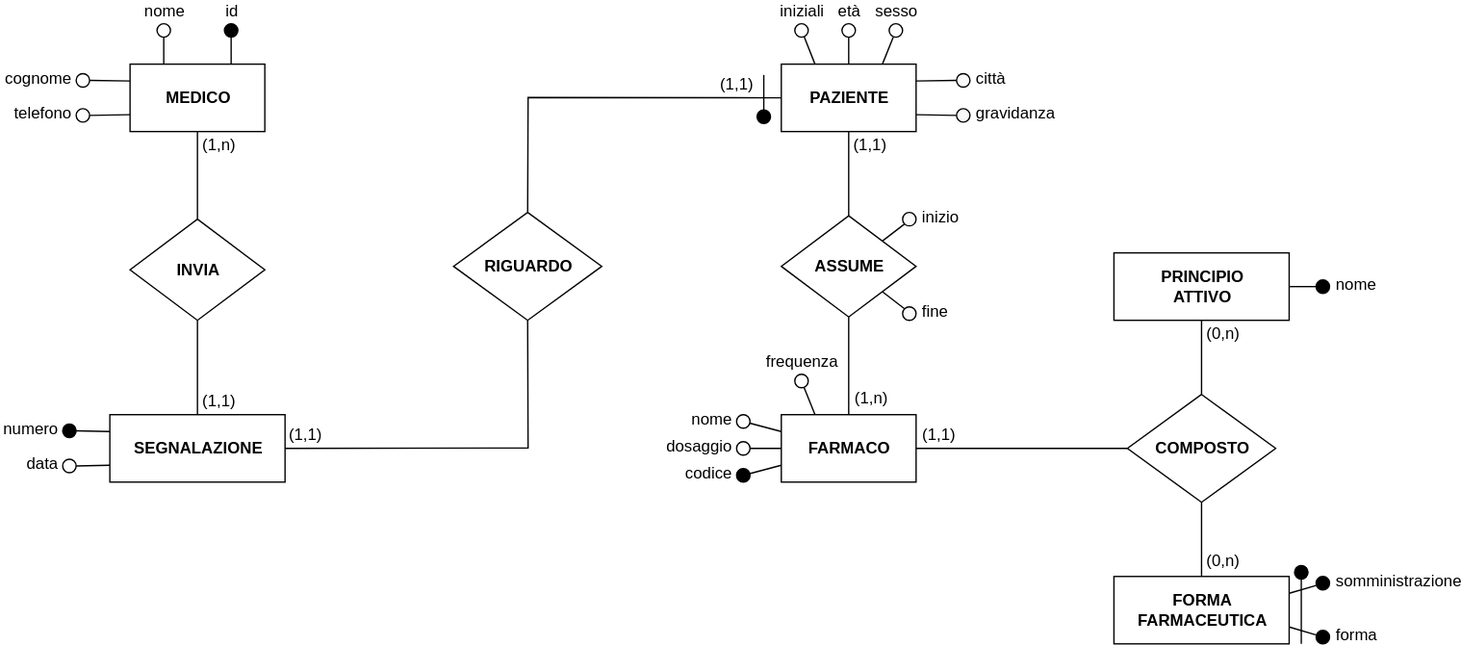
Earlier version of the draw.io export schematics/er-diagram.svg (MatteoCarnelos/DB-SEA). Source tidied: cells renumbered, new cells last; positions are measured from the earlier drawing's top-left corner, leaving out a move shared by most shapes.
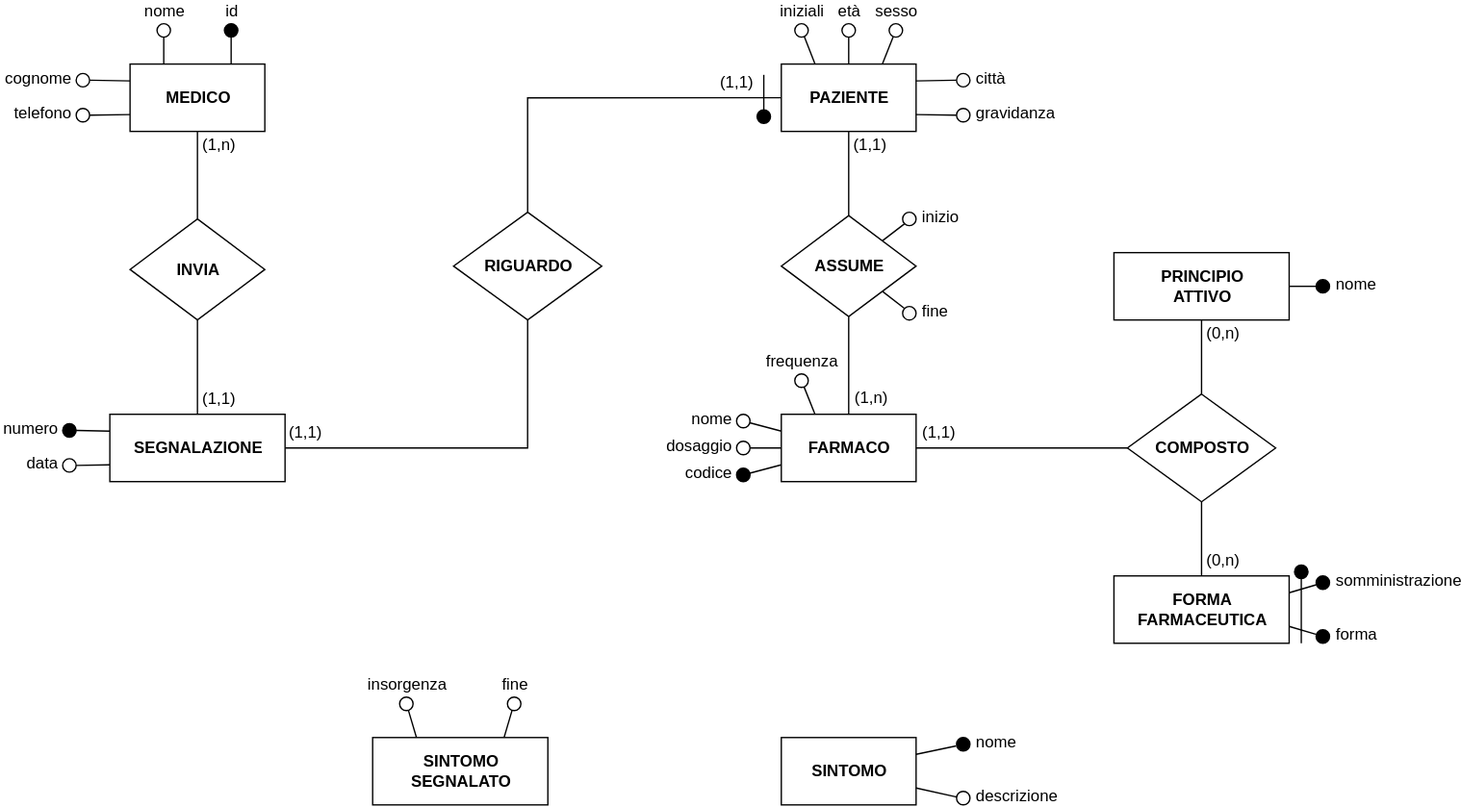
The same file after the commit.

Change to the diagram source:
```diff
@@ -82,7 +82,7 @@
     <mxCell id="25" value="RIGUARDO" style="rhombus;whiteSpace=wrap;html=1;fillColor=#ffffff;fontStyle=1;" parent="1" vertex="1">
       <mxGeometry x="290" y="140" width="110" height="80" as="geometry" />
     </mxCell>
-    <mxCell id="26" style="edgeStyle=none;rounded=0;comic=0;jumpStyle=none;jumpSize=6;jettySize=auto;html=1;exitX=0.75;exitY=0;exitDx=0;exitDy=0;entryX=0.302;entryY=1.013;entryDx=0;entryDy=0;endArrow=none;endFill=0;entryPerimeter=0;" parent="1" edge="1" source="27" target="32">
+    <mxCell id="26" style="edgeStyle=none;rounded=0;comic=0;jumpStyle=none;jumpSize=6;jettySize=auto;html=1;exitX=0.75;exitY=0;exitDx=0;exitDy=0;entryX=0.302;entryY=0.968;entryDx=0;entryDy=0;endArrow=none;endFill=0;entryPerimeter=0;" parent="1" edge="1" source="27" target="32">
       <mxGeometry relative="1" as="geometry" />
     </mxCell>
     <mxCell id="27" value="&lt;b&gt;PAZIENTE&lt;/b&gt;" style="rounded=0;whiteSpace=wrap;html=1;fillColor=#ffffff;" parent="1" vertex="1">
@@ -96,7 +96,7 @@
     <mxCell id="29" style="ellipse;whiteSpace=wrap;html=1;fillColor=#000000;" parent="1" vertex="1">
       <mxGeometry x="515.2" y="64" width="10" height="10" as="geometry" />
     </mxCell>
-    <mxCell id="30" style="edgeStyle=none;rounded=0;comic=0;jumpStyle=none;jumpSize=6;jettySize=auto;html=1;exitX=0.698;exitY=0.972;exitDx=0;exitDy=0;entryX=0.25;entryY=0;entryDx=0;entryDy=0;endArrow=none;endFill=0;exitPerimeter=0;" parent="1" edge="1" source="31" target="27">
+    <mxCell id="30" style="edgeStyle=none;rounded=0;comic=0;jumpStyle=none;jumpSize=6;jettySize=auto;html=1;exitX=0.698;exitY=0.941;exitDx=0;exitDy=0;entryX=0.25;entryY=0;entryDx=0;entryDy=0;endArrow=none;endFill=0;exitPerimeter=0;" parent="1" edge="1" source="31" target="27">
       <mxGeometry relative="1" as="geometry" />
     </mxCell>
     <mxCell id="31" value="iniziali" style="ellipse;whiteSpace=wrap;html=1;fillColor=#ffffff;labelPosition=center;verticalLabelPosition=top;align=center;verticalAlign=bottom;spacing=2;" parent="1" vertex="1">
@@ -238,5 +238,35 @@
     <mxCell id="73" style="ellipse;whiteSpace=wrap;html=1;fillColor=#000000;labelPosition=right;verticalLabelPosition=middle;align=left;verticalAlign=middle;spacing=5;spacingBottom=2;" parent="1" vertex="1">
       <mxGeometry x="914" y="402" width="10" height="10" as="geometry" />
     </mxCell>
+    <mxCell id="74" value="&lt;b&gt;SINTOMO&lt;br&gt;&lt;/b&gt;" style="rounded=0;whiteSpace=wrap;html=1;fillColor=#ffffff;" parent="1" vertex="1">
+      <mxGeometry x="533.2" y="530" width="100" height="50" as="geometry" />
+    </mxCell>
+    <mxCell id="75" style="edgeStyle=none;rounded=0;comic=0;jumpStyle=none;jumpSize=6;jettySize=auto;html=1;exitX=0.75;exitY=0;exitDx=0;exitDy=0;entryX=0.342;entryY=0.986;entryDx=0;entryDy=0;endArrow=none;endFill=0;entryPerimeter=0;" parent="1" edge="1" source="76" target="79">
+      <mxGeometry relative="1" as="geometry" />
+    </mxCell>
+    <mxCell id="76" value="&lt;b&gt;SINTOMO&lt;br&gt;SEGNALATO&lt;br&gt;&lt;/b&gt;" style="whiteSpace=wrap;html=1;align=center;" parent="1" vertex="1">
+      <mxGeometry x="230" y="530" width="130" height="50" as="geometry" />
+    </mxCell>
+    <mxCell id="77" style="edgeStyle=none;rounded=0;comic=0;jumpStyle=none;jumpSize=6;jettySize=auto;html=1;exitX=0.655;exitY=0.986;exitDx=0;exitDy=0;entryX=0.25;entryY=0;entryDx=0;entryDy=0;endArrow=none;endFill=0;exitPerimeter=0;" parent="1" edge="1" source="78" target="76">
+      <mxGeometry relative="1" as="geometry" />
+    </mxCell>
+    <mxCell id="78" value="insorgenza" style="ellipse;whiteSpace=wrap;html=1;fillColor=#ffffff;labelPosition=center;verticalLabelPosition=top;align=center;verticalAlign=bottom;spacing=2;" parent="1" vertex="1">
+      <mxGeometry x="250" y="500" width="10" height="10" as="geometry" />
+    </mxCell>
+    <mxCell id="79" value="fine" style="ellipse;whiteSpace=wrap;html=1;fillColor=#ffffff;labelPosition=center;verticalLabelPosition=top;align=center;verticalAlign=bottom;spacing=2;" parent="1" vertex="1">
+      <mxGeometry x="330" y="500" width="10" height="10" as="geometry" />
+    </mxCell>
+    <mxCell id="80" style="edgeStyle=none;rounded=0;comic=0;jumpStyle=none;jumpSize=6;jettySize=auto;html=1;exitX=-0.024;exitY=0.619;exitDx=0;exitDy=0;entryX=1;entryY=0.25;entryDx=0;entryDy=0;endArrow=none;endFill=0;exitPerimeter=0;" parent="1" edge="1" source="81" target="74">
+      <mxGeometry relative="1" as="geometry" />
+    </mxCell>
+    <mxCell id="81" value="nome" style="ellipse;whiteSpace=wrap;html=1;fillColor=#000000;labelPosition=right;verticalLabelPosition=middle;align=left;verticalAlign=middle;spacing=5;spacingBottom=2;" parent="1" vertex="1">
+      <mxGeometry x="663.2" y="530" width="10" height="10" as="geometry" />
+    </mxCell>
+    <mxCell id="82" style="edgeStyle=none;rounded=0;comic=0;jumpStyle=none;jumpSize=6;jettySize=auto;html=1;exitX=0.015;exitY=0.418;exitDx=0;exitDy=0;entryX=1;entryY=0.75;entryDx=0;entryDy=0;endArrow=none;endFill=0;exitPerimeter=0;" parent="1" edge="1" source="83" target="74">
+      <mxGeometry relative="1" as="geometry" />
+    </mxCell>
+    <mxCell id="83" value="descrizione" style="ellipse;whiteSpace=wrap;html=1;fillColor=#FFFFFF;labelPosition=right;verticalLabelPosition=middle;align=left;verticalAlign=middle;spacing=5;spacingBottom=2;" parent="1" vertex="1">
+      <mxGeometry x="663.2" y="570" width="10" height="10" as="geometry" />
+    </mxCell>
   </root>
 </mxGraphModel>
```
